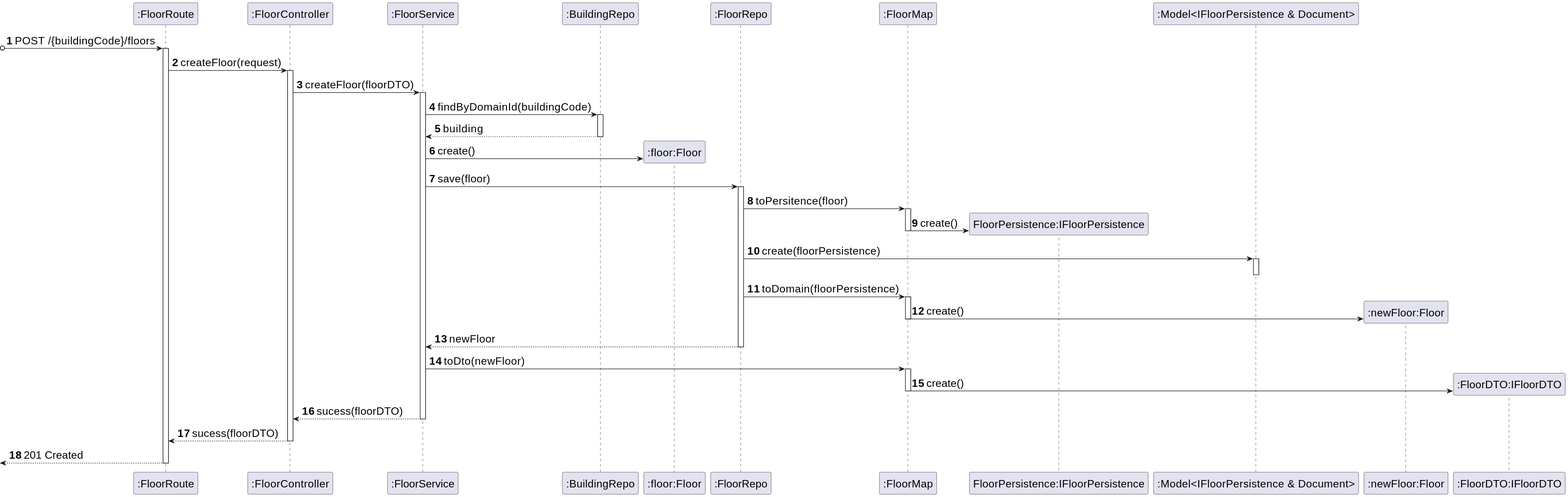
This is _wiki/sprint-a/us05-190/views/level-3/assets/process-view.svg from miseEnPlace-dev/lapr5, a PlantUML export, as it was before one commit. Source of this version:
```plantuml
@startuml
skinparamlocked defaultFontSize 20
autonumber
participant ROUTE as ":FloorRoute"
participant CTRL as ":FloorController"
participant SRV as ":FloorService"
participant REPOBUILDING as ":BuildingRepo"
participant FLOOR as ":floor:Floor"
participant REPO as ":FloorRepo"
participant MAP as ":FloorMap"
participant PERS as "FloorPersistence:IFloorPersistence"
participant MODEL as ":Model<IFloorPersistence & Document>"
participant NBUILD as ":newFloor:Floor"
participant DTO as ":FloorDTO:IFloorDTO"

?o-> ROUTE : POST /{buildingCode}/floors
activate ROUTE

ROUTE -> CTRL : createFloor(request)
activate CTRL
CTRL -> SRV : createFloor(floorDTO)
activate SRV
SRV -> REPOBUILDING : findByDomainId(buildingCode)
activate REPOBUILDING
REPOBUILDING --> SRV : building
deactivate REPOBUILDING
SRV -> FLOOR** : create()
SRV -> REPO : save(floor)
activate REPO
REPO -> MAP : toPersitence(floor)
activate MAP
MAP -> PERS** : create()
deactivate MAP
REPO -> MODEL : create(floorPersistence)
activate MODEL
deactivate MODEL
REPO -> MAP : toDomain(floorPersistence)
activate MAP
MAP -> NBUILD** : create()
deactivate MAP
REPO --> SRV : newFloor
deactivate REPO
SRV -> MAP : toDto(newFloor)
activate MAP
MAP -> DTO** : create()
deactivate MAP
SRV --> CTRL : sucess(floorDTO)
deactivate SRV
CTRL --> ROUTE : sucess(floorDTO)
deactivate CTRL
<-- ROUTE : 201 Created
deactivate ROUTE
@enduml
```
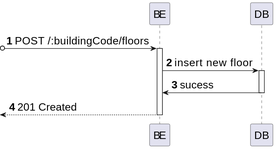
The same file after the commit.

Change to the diagram source:
```diff
@@ -1,53 +1,18 @@
 @startuml
 skinparamlocked defaultFontSize 20
 autonumber
-participant ROUTE as ":FloorRoute"
-participant CTRL as ":FloorController"
-participant SRV as ":FloorService"
-participant REPOBUILDING as ":BuildingRepo"
-participant FLOOR as ":floor:Floor"
-participant REPO as ":FloorRepo"
-participant MAP as ":FloorMap"
-participant PERS as "FloorPersistence:IFloorPersistence"
-participant MODEL as ":Model<IFloorPersistence & Document>"
-participant NBUILD as ":newFloor:Floor"
-participant DTO as ":FloorDTO:IFloorDTO"
+participant BE as "BE"
+participant DB as "DB"
 
-?o-> ROUTE : POST /{buildingCode}/floors
-activate ROUTE
+?o-> BE : POST /:buildingCode/floors
+activate BE
 
-ROUTE -> CTRL : createFloor(request)
-activate CTRL
-CTRL -> SRV : createFloor(floorDTO)
-activate SRV
-SRV -> REPOBUILDING : findByDomainId(buildingCode)
-activate REPOBUILDING
-REPOBUILDING --> SRV : building
-deactivate REPOBUILDING
-SRV -> FLOOR** : create()
-SRV -> REPO : save(floor)
-activate REPO
-REPO -> MAP : toPersitence(floor)
-activate MAP
-MAP -> PERS** : create()
-deactivate MAP
-REPO -> MODEL : create(floorPersistence)
-activate MODEL
-deactivate MODEL
-REPO -> MAP : toDomain(floorPersistence)
-activate MAP
-MAP -> NBUILD** : create()
-deactivate MAP
-REPO --> SRV : newFloor
-deactivate REPO
-SRV -> MAP : toDto(newFloor)
-activate MAP
-MAP -> DTO** : create()
-deactivate MAP
-SRV --> CTRL : sucess(floorDTO)
-deactivate SRV
-CTRL --> ROUTE : sucess(floorDTO)
-deactivate CTRL
-<-- ROUTE : 201 Created
-deactivate ROUTE
+BE -> DB : insert new floor
+activate DB
+
+DB -> BE : sucess
+deactivate DB
+
+<-- BE : 201 Created
+deactivate BE
 @enduml
```
